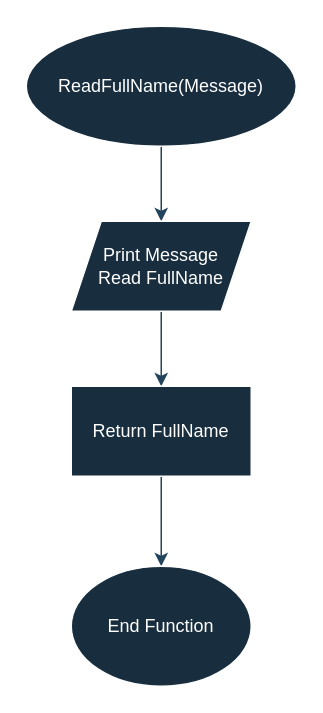
Earlier version of the draw.io diagram page "Page-2" (2 of 2) of 01_Level/02_ReadAndPrintFullName/Source/FlowChart.drawio (Ahmad-shehada/Problem-Solving). Source tidied: cells renumbered, new cells numbered last; positions are measured from the earlier drawing's top-left corner, leaving out a move shared by most shapes. Both pictures are drawn from the tidied source at 150%, with x=0, y=0 at pixel (26, 26).
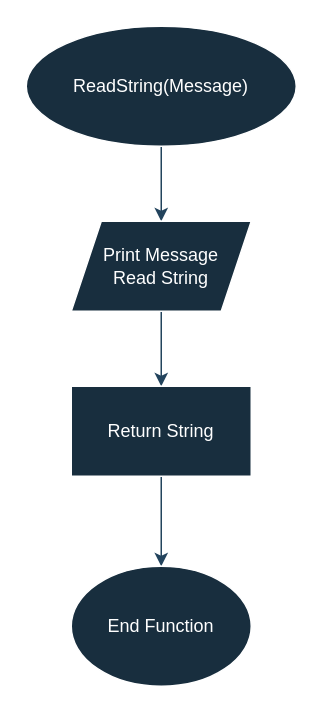
The same page after the edit.

The edit, as a diff of the source:
```diff
@@
 <mxGraphModel>
   <root>
     <mxCell id="0" />
     <mxCell id="1" parent="0" />
     <mxCell id="2" style="edgeStyle=orthogonalEdgeStyle;rounded=0;jettySize=auto;html=1;strokeColor=#23445D;" parent="1" edge="1" source="3" target="5">
       <mxGeometry relative="1" as="geometry" />
     </mxCell>
-    <mxCell id="3" value="ReadFullName(Message)" style="ellipse;whiteSpace=wrap;html=1;strokeColor=#FFFFFF;fontColor=#FFFFFF;fillColor=#182E3E;" parent="1" vertex="1">
+    <mxCell id="3" value="ReadString(Message)" style="ellipse;whiteSpace=wrap;html=1;strokeColor=#FFFFFF;fontColor=#FFFFFF;fillColor=#182E3E;" parent="1" vertex="1">
       <mxGeometry width="180" height="80" as="geometry" />
     </mxCell>
     <mxCell id="4" style="edgeStyle=orthogonalEdgeStyle;rounded=0;jettySize=auto;html=1;strokeColor=#23445D;" parent="1" edge="1" source="5" target="7">
       <mxGeometry relative="1" as="geometry" />
     </mxCell>
-    <mxCell id="5" value="Print Message&lt;div&gt;Read FullName&lt;/div&gt;" style="shape=parallelogram;perimeter=parallelogramPerimeter;whiteSpace=wrap;html=1;fixedSize=1;fillColor=#182E3E;strokeColor=#FFFFFF;fontColor=#FFFFFF;" parent="1" vertex="1">
+    <mxCell id="5" value="Print Message&lt;div&gt;Read String&lt;/div&gt;" style="shape=parallelogram;perimeter=parallelogramPerimeter;whiteSpace=wrap;html=1;fixedSize=1;fillColor=#182E3E;strokeColor=#FFFFFF;fontColor=#FFFFFF;" parent="1" vertex="1">
       <mxGeometry x="30" y="130" width="120" height="60" as="geometry" />
     </mxCell>
     <mxCell id="6" style="edgeStyle=orthogonalEdgeStyle;rounded=0;jettySize=auto;html=1;strokeColor=#23445D;" parent="1" edge="1" source="7" target="8">
       <mxGeometry relative="1" as="geometry" />
     </mxCell>
-    <mxCell id="7" value="Return FullName" style="whiteSpace=wrap;html=1;fillColor=#182E3E;strokeColor=#FFFFFF;fontColor=#FFFFFF;" parent="1" vertex="1">
+    <mxCell id="7" value="Return String" style="whiteSpace=wrap;html=1;fillColor=#182E3E;strokeColor=#FFFFFF;fontColor=#FFFFFF;" parent="1" vertex="1">
       <mxGeometry x="30" y="240" width="120" height="60" as="geometry" />
     </mxCell>
     <mxCell id="8" value="End Function" style="ellipse;whiteSpace=wrap;html=1;strokeColor=#FFFFFF;fontColor=#FFFFFF;fillColor=#182E3E;" parent="1" vertex="1">
       <mxGeometry x="30" y="360" width="120" height="80" as="geometry" />
     </mxCell>
   </root>
 </mxGraphModel>
```
